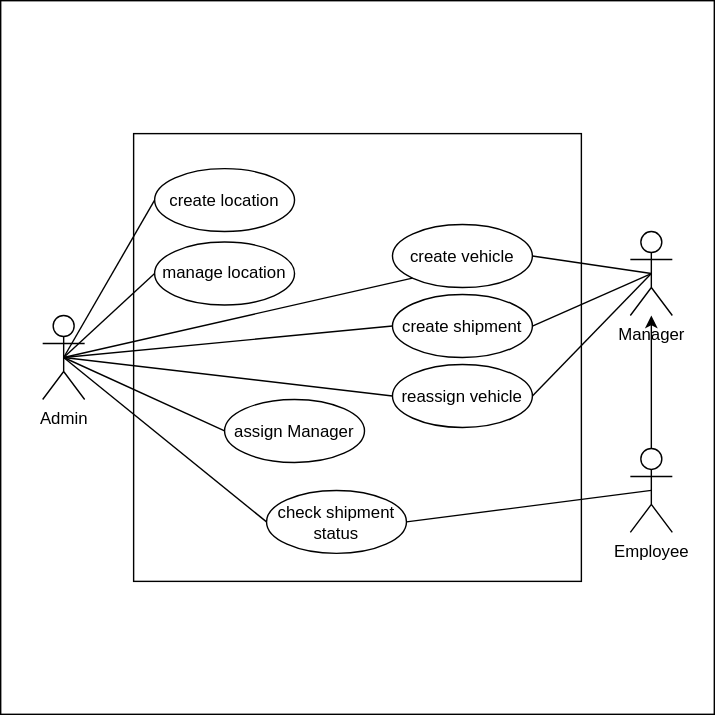
Above: uc-diagramm.drawio.svg in ISxOdin/neurofleet_public (draw.io), before the change. Source tidied: cells renumbered, new cells last; positions are measured from the earlier drawing's top-left corner, leaving out a move shared by most shapes.
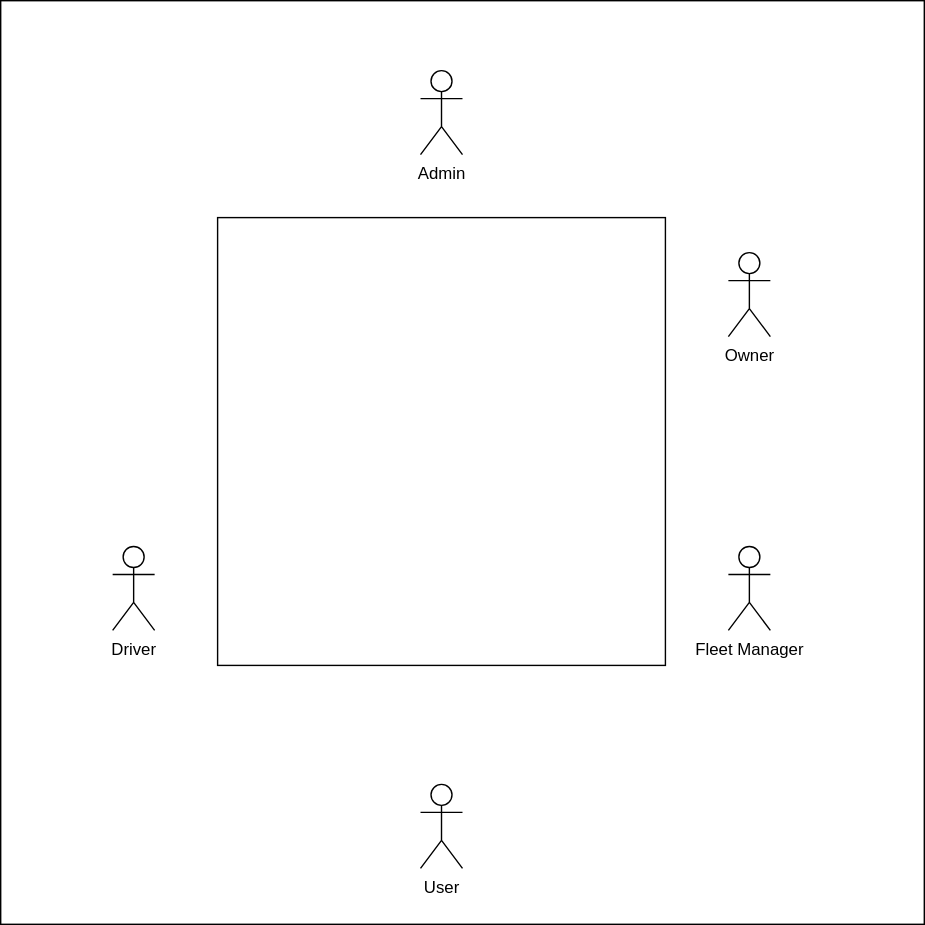
After the change.

Commit message:
ER Model, Use Case Diagram

The edit, as a diff of the source:
```diff
@@ -3,76 +3,25 @@
     <mxCell id="0" />
     <mxCell id="1" parent="0" />
     <mxCell id="2" style="whiteSpace=wrap;html=1;" parent="1" vertex="1">
-      <mxGeometry width="510" height="510" as="geometry" />
+      <mxGeometry x="-60" y="-60" width="660" height="660" as="geometry" />
     </mxCell>
     <mxCell id="3" style="whiteSpace=wrap;html=1;" parent="1" vertex="1">
       <mxGeometry x="95" y="95" width="320" height="320" as="geometry" />
     </mxCell>
     <mxCell id="4" value="Admin" style="shape=umlActor;verticalLabelPosition=bottom;verticalAlign=top;html=1;outlineConnect=0;" parent="1" vertex="1">
-      <mxGeometry x="30" y="225" width="30" height="60" as="geometry" />
+      <mxGeometry x="240" y="-10" width="30" height="60" as="geometry" />
     </mxCell>
-    <mxCell id="5" style="edgeStyle=none;html=1;" parent="1" edge="1" source="6" target="8">
-      <mxGeometry relative="1" as="geometry" />
-    </mxCell>
-    <mxCell id="6" value="Employee" style="shape=umlActor;verticalLabelPosition=bottom;verticalAlign=top;html=1;outlineConnect=0;" parent="1" vertex="1">
-      <mxGeometry x="450" y="320" width="30" height="60" as="geometry" />
+    <mxCell id="6" value="User" style="shape=umlActor;verticalLabelPosition=bottom;verticalAlign=top;html=1;outlineConnect=0;" parent="1" vertex="1">
+      <mxGeometry x="240" y="500" width="30" height="60" as="geometry" />
     </mxCell>
-    <mxCell id="7" value="create location" style="ellipse;whiteSpace=wrap;html=1;" parent="1" vertex="1">
-      <mxGeometry x="110" y="120" width="100" height="45" as="geometry" />
-    </mxCell>
-    <mxCell id="8" value="Manager" style="shape=umlActor;verticalLabelPosition=bottom;verticalAlign=top;html=1;outlineConnect=0;" parent="1" vertex="1">
-      <mxGeometry x="450" y="165" width="30" height="60" as="geometry" />
+    <mxCell id="8" value="Fleet Manager" style="shape=umlActor;verticalLabelPosition=bottom;verticalAlign=top;html=1;outlineConnect=0;" parent="1" vertex="1">
+      <mxGeometry x="460" y="330" width="30" height="60" as="geometry" />
     </mxCell>
-    <mxCell id="9" value="assign Manager" style="ellipse;whiteSpace=wrap;html=1;" parent="1" vertex="1">
-      <mxGeometry x="160" y="285" width="100" height="45" as="geometry" />
-    </mxCell>
-    <mxCell id="10" value="check shipment&lt;div&gt;status&lt;/div&gt;" style="ellipse;whiteSpace=wrap;html=1;" parent="1" vertex="1">
-      <mxGeometry x="190" y="350" width="100" height="45" as="geometry" />
-    </mxCell>
-    <mxCell id="11" value="create shipment" style="ellipse;whiteSpace=wrap;html=1;" parent="1" vertex="1">
-      <mxGeometry x="280" y="210" width="100" height="45" as="geometry" />
-    </mxCell>
-    <mxCell id="12" style="endArrow=none;html=1;entryX=0;entryY=0.5;entryDx=0;entryDy=0;exitX=0.5;exitY=0.5;exitDx=0;exitDy=0;exitPerimeter=0;" parent="1" edge="1" source="4" target="25">
-      <mxGeometry relative="1" as="geometry" />
-    </mxCell>
-    <mxCell id="13" style="endArrow=none;html=1;entryX=0;entryY=0.5;entryDx=0;entryDy=0;exitX=0.5;exitY=0.5;exitDx=0;exitDy=0;exitPerimeter=0;" parent="1" edge="1" source="4" target="9">
-      <mxGeometry relative="1" as="geometry" />
-    </mxCell>
-    <mxCell id="14" style="endArrow=none;html=1;entryX=0;entryY=0.5;entryDx=0;entryDy=0;exitX=0.5;exitY=0.5;exitDx=0;exitDy=0;exitPerimeter=0;" parent="1" edge="1" source="4" target="7">
-      <mxGeometry relative="1" as="geometry" />
-    </mxCell>
-    <mxCell id="15" style="endArrow=none;html=1;entryX=0;entryY=0.5;entryDx=0;entryDy=0;exitX=0.5;exitY=0.5;exitDx=0;exitDy=0;exitPerimeter=0;" parent="1" edge="1" source="4" target="10">
-      <mxGeometry relative="1" as="geometry" />
-    </mxCell>
-    <mxCell id="16" style="endArrow=none;html=1;entryX=1;entryY=0.5;entryDx=0;entryDy=0;exitX=0.5;exitY=0.5;exitDx=0;exitDy=0;exitPerimeter=0;" parent="1" edge="1" source="6" target="10">
-      <mxGeometry relative="1" as="geometry" />
-    </mxCell>
-    <mxCell id="17" style="endArrow=none;html=1;entryX=0;entryY=0.5;entryDx=0;entryDy=0;exitX=0.5;exitY=0.5;exitDx=0;exitDy=0;exitPerimeter=0;" parent="1" edge="1" source="4" target="11">
-      <mxGeometry relative="1" as="geometry" />
-    </mxCell>
-    <mxCell id="18" style="endArrow=none;html=1;entryX=0.5;entryY=0.5;entryDx=0;entryDy=0;exitX=1;exitY=0.5;exitDx=0;exitDy=0;entryPerimeter=0;" parent="1" edge="1" source="11" target="8">
-      <mxGeometry relative="1" as="geometry" />
-    </mxCell>
-    <mxCell id="19" value="reassign vehicle" style="ellipse;whiteSpace=wrap;html=1;" parent="1" vertex="1">
-      <mxGeometry x="280" y="260" width="100" height="45" as="geometry" />
-    </mxCell>
-    <mxCell id="20" style="endArrow=none;html=1;entryX=0;entryY=0.5;entryDx=0;entryDy=0;exitX=0.5;exitY=0.5;exitDx=0;exitDy=0;exitPerimeter=0;" parent="1" edge="1" source="4" target="19">
-      <mxGeometry relative="1" as="geometry" />
-    </mxCell>
-    <mxCell id="21" style="endArrow=none;html=1;entryX=0.5;entryY=0.5;entryDx=0;entryDy=0;exitX=1;exitY=0.5;exitDx=0;exitDy=0;entryPerimeter=0;" parent="1" edge="1" source="19" target="8">
-      <mxGeometry relative="1" as="geometry" />
-    </mxCell>
-    <mxCell id="22" value="create vehicle" style="ellipse;whiteSpace=wrap;html=1;" parent="1" vertex="1">
-      <mxGeometry x="280" y="160" width="100" height="45" as="geometry" />
-    </mxCell>
-    <mxCell id="23" style="endArrow=none;html=1;entryX=0.5;entryY=0.5;entryDx=0;entryDy=0;exitX=1;exitY=0.5;exitDx=0;exitDy=0;entryPerimeter=0;" parent="1" edge="1" source="22" target="8">
-      <mxGeometry relative="1" as="geometry" />
-    </mxCell>
-    <mxCell id="24" style="endArrow=none;html=1;entryX=0;entryY=1;entryDx=0;entryDy=0;exitX=0.5;exitY=0.5;exitDx=0;exitDy=0;exitPerimeter=0;" parent="1" edge="1" source="4" target="22">
-      <mxGeometry relative="1" as="geometry" />
-    </mxCell>
-    <mxCell id="25" value="manage location" style="ellipse;whiteSpace=wrap;html=1;" parent="1" vertex="1">
-      <mxGeometry x="110" y="172.5" width="100" height="45" as="geometry" />
-    </mxCell>
+    <mxCell id="26" value="Owner" style="shape=umlActor;verticalLabelPosition=bottom;verticalAlign=top;html=1;" parent="1" vertex="1">
+      <mxGeometry x="460" y="120" width="30" height="60" as="geometry" />
+    </mxCell>
+    <mxCell id="27" value="Driver" style="shape=umlActor;verticalLabelPosition=bottom;verticalAlign=top;html=1;" parent="1" vertex="1">
+      <mxGeometry x="20" y="330" width="30" height="60" as="geometry" />
+    </mxCell>
   </root>
 </mxGraphModel>
```
